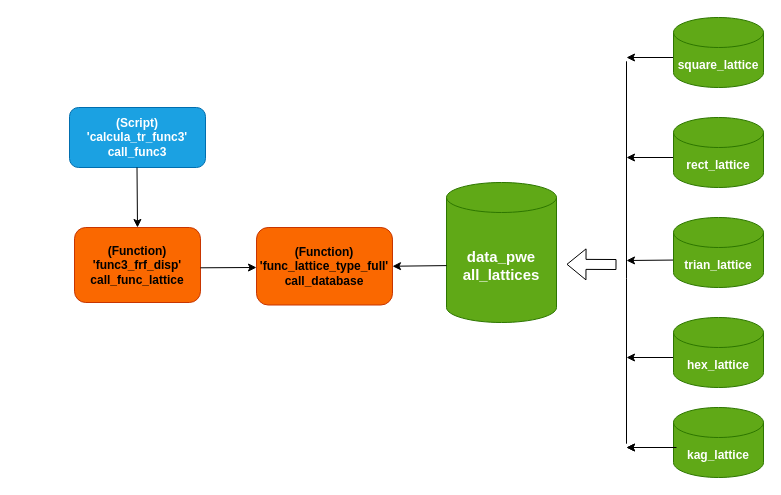
anderson-ferreira-83/Article_publish_comp_lattices_thin_plate_2023_anderson_83 keeps this draw.io diagram as sec4_1_res1_Transmittance/fig1_pipeline_data.drawio. Above is the earlier version. Source tidied: cells renumbered, new cells numbered last; positions are measured from the earlier drawing's top-left corner, leaving out a move shared by most shapes. Both pictures are drawn from the tidied source at 100%, with x=0, y=0 at pixel (69, 17).
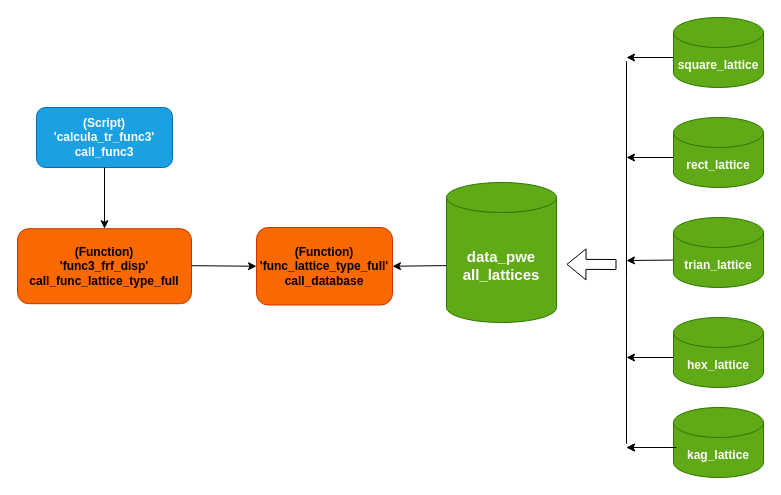
After the change.

The change refers to these unchanged cells:
```xml
<mxCell id="5" value="&lt;div&gt;(Function)&lt;/div&gt;'func_lattice_type_full'&lt;div&gt;call_database&lt;/div&gt;" style="rounded=1;whiteSpace=wrap;html=1;fontSize=12;glass=0;strokeWidth=1;shadow=0;fillColor=#fa6800;fontColor=#000000;strokeColor=#C73500;fontStyle=1;" parent="1" vertex="1">
  <mxGeometry x="187" y="210" width="136" height="77.5" as="geometry" />
</mxCell>
```

Change to the diagram source:
```diff
@@
     <mxCell id="2" value="&lt;div&gt;(Script)&lt;/div&gt;'calcula_tr_func3'&lt;div&gt;call_func3&lt;/div&gt;" style="rounded=1;whiteSpace=wrap;html=1;fontSize=12;glass=0;strokeWidth=1;shadow=0;fillColor=#1ba1e2;fontColor=#ffffff;strokeColor=#006EAF;fontStyle=1;" parent="1" vertex="1">
-      <mxGeometry y="90" width="136" height="60" as="geometry" />
+      <mxGeometry x="-33" y="90" width="136" height="60" as="geometry" />
     </mxCell>
-    <mxCell id="3" value="&lt;div&gt;(Function)&lt;/div&gt;&lt;div&gt;&lt;span style=&quot;background-color: initial;&quot;&gt;'func3_frf_disp'&lt;/span&gt;&lt;/div&gt;&lt;div&gt;&lt;span style=&quot;background-color: initial;&quot;&gt;call_func_lattice&lt;/span&gt;&lt;/div&gt;" style="rounded=1;whiteSpace=wrap;html=1;fontSize=12;glass=0;strokeWidth=1;shadow=0;fillColor=#fa6800;fontColor=#000000;strokeColor=#C73500;fontStyle=1;" parent="1" vertex="1">
-      <mxGeometry x="5" y="210" width="126" height="75" as="geometry" />
+    <mxCell id="3" value="&lt;div&gt;(Function)&lt;/div&gt;&lt;div&gt;&lt;span style=&quot;background-color: initial;&quot;&gt;'func3_frf_disp'&lt;/span&gt;&lt;/div&gt;&lt;div&gt;&lt;span style=&quot;background-color: initial;&quot;&gt;call_func_lattice_type_full&lt;/span&gt;&lt;/div&gt;" style="rounded=1;whiteSpace=wrap;html=1;fontSize=12;glass=0;strokeWidth=1;shadow=0;fillColor=#fa6800;fontColor=#000000;strokeColor=#C73500;fontStyle=1;" parent="1" vertex="1">
+      <mxGeometry x="-52" y="211.2" width="174" height="75" as="geometry" />
     </mxCell>
-    <mxCell id="4" style="endArrow=classic;html=1;rounded=0;" parent="1" edge="1">
+    <mxCell id="4" style="endArrow=classic;html=1;rounded=0;entryX=0;entryY=0.5;entryDx=0;entryDy=0;" parent="1" edge="1" target="5">
       <mxGeometry relative="1" as="geometry">
-        <mxPoint x="131" y="250.3" as="sourcePoint" />
-        <mxPoint x="187" y="250" as="targetPoint" />
+        <mxPoint x="122" y="248.2" as="sourcePoint" />
       </mxGeometry>
     </mxCell>
@@
-    <mxCell id="7" style="endArrow=classic;html=1;rounded=0;entryX=0.5;entryY=0;entryDx=0;entryDy=0;" parent="1" edge="1" target="3">
-      <mxGeometry relative="1" as="geometry">
-        <mxPoint x="67.5" y="150" as="sourcePoint" />
-      </mxGeometry>
+    <mxCell id="7" style="endArrow=classic;html=1;rounded=0;entryX=0.5;entryY=0;entryDx=0;entryDy=0;exitX=0.5;exitY=1;exitDx=0;exitDy=0;" parent="1" edge="1" source="2" target="3">
+      <mxGeometry relative="1" as="geometry" />
     </mxCell>
```
